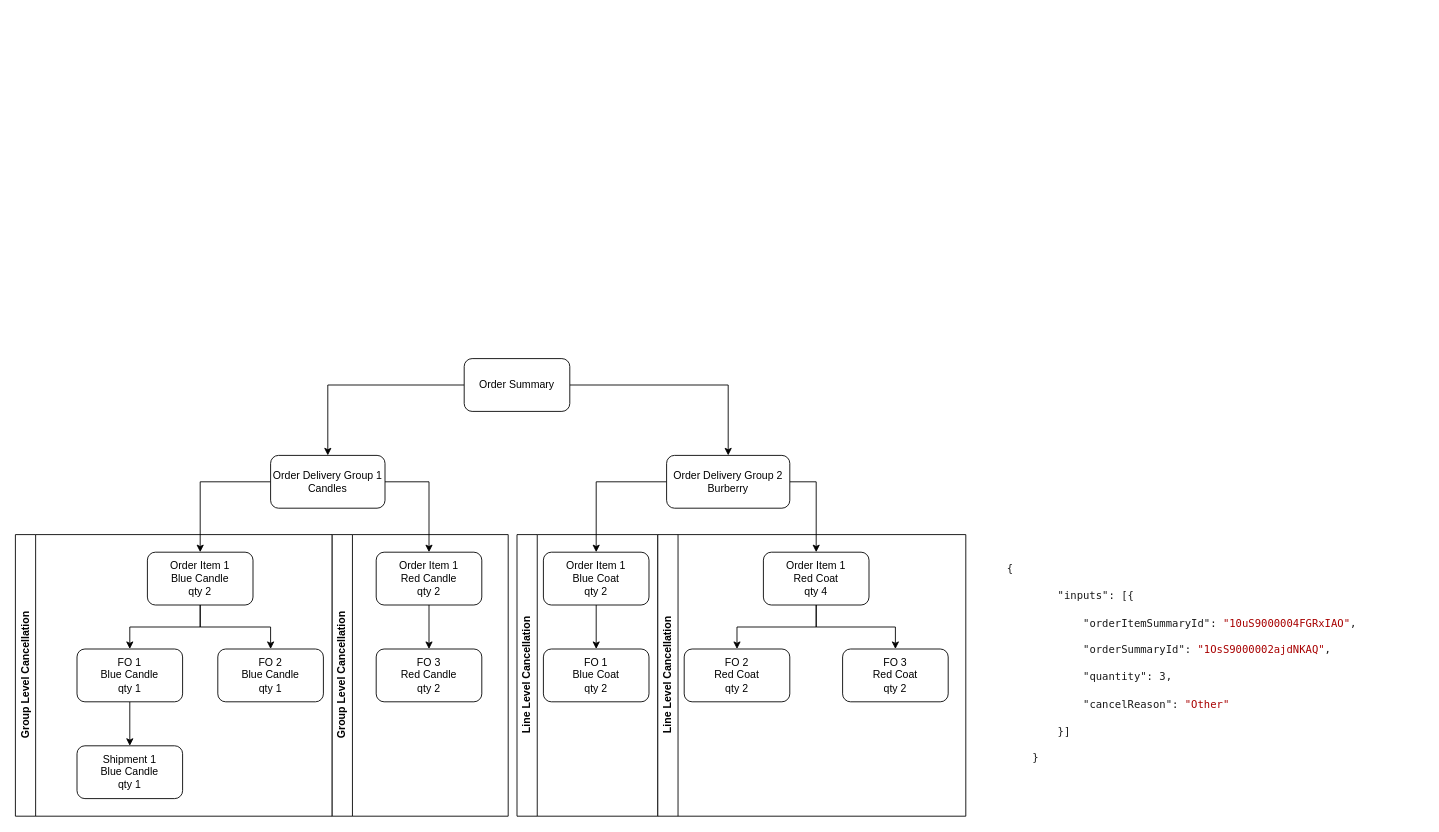
Above: split-fo.drawio in pettll/diagrams (draw.io), before the change. Source tidied: cells renumbered, new cells numbered last; positions are measured from the earlier drawing's top-left corner, leaving out a move shared by most shapes. Both pictures are drawn from the tidied source at 88%, with x=0, y=0 at pixel (15, 358).
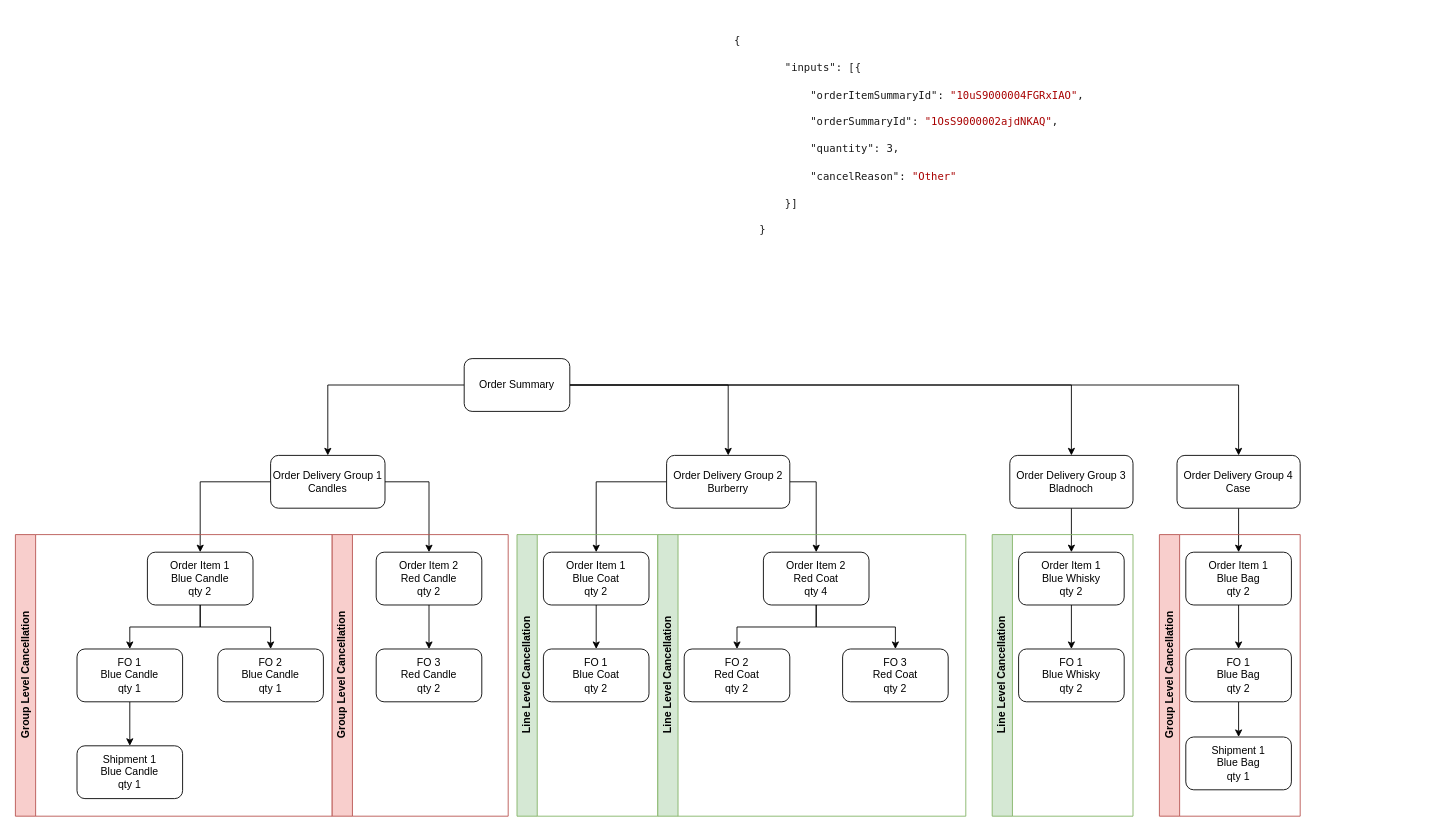
After the change.

The change refers to these unchanged cells:
```xml
<mxCell id="4" value="Order Summary" style="rounded=1;whiteSpace=wrap;html=1;" parent="1" vertex="1">
  <mxGeometry x="510" width="120" height="60" as="geometry" />
</mxCell>
```

Change to the diagram source:
```diff
@@
+    <mxCell id="34" style="edgeStyle=orthogonalEdgeStyle;rounded=0;jettySize=auto;html=1;entryX=0.5;entryY=0;entryDx=0;entryDy=0;" parent="1" edge="1" source="4" target="37">
+      <mxGeometry relative="1" as="geometry" />
+    </mxCell>
+    <mxCell id="35" style="edgeStyle=orthogonalEdgeStyle;rounded=0;jettySize=auto;html=1;entryX=0.5;entryY=0;entryDx=0;entryDy=0;" parent="1" edge="1" source="4" target="43">
+      <mxGeometry relative="1" as="geometry" />
+    </mxCell>
@@
-    <mxCell id="15" value="Order Item 1&lt;div&gt;Red Candle&lt;/div&gt;&lt;div&gt;qty 2&lt;/div&gt;" style="rounded=1;whiteSpace=wrap;html=1;" parent="1" vertex="1">
+    <mxCell id="15" value="Order Item 2&lt;div&gt;Red Candle&lt;/div&gt;&lt;div&gt;qty 2&lt;/div&gt;" style="rounded=1;whiteSpace=wrap;html=1;" parent="1" vertex="1">
       <mxGeometry x="410" y="220" width="120" height="60" as="geometry" />
     </mxCell>
@@
-    <mxCell id="20" value="Order Item 1&lt;div&gt;Red Coat&lt;/div&gt;&lt;div&gt;qty 4&lt;/div&gt;" style="rounded=1;whiteSpace=wrap;html=1;" parent="1" vertex="1">
+    <mxCell id="20" value="Order Item 2&lt;div&gt;Red Coat&lt;/div&gt;&lt;div&gt;qty 4&lt;/div&gt;" style="rounded=1;whiteSpace=wrap;html=1;" parent="1" vertex="1">
       <mxGeometry x="850" y="220" width="120" height="60" as="geometry" />
     </mxCell>
@@
-    <mxCell id="29" value="Group Level Cancellation" style="swimlane;horizontal=0;whiteSpace=wrap;html=1;" parent="1" vertex="1">
+    <mxCell id="29" value="Group Level Cancellation" style="swimlane;horizontal=0;whiteSpace=wrap;html=1;fillColor=#f8cecc;strokeColor=#b85450;" parent="1" vertex="1">
       <mxGeometry y="200" width="360" height="320" as="geometry" />
     </mxCell>
-    <mxCell id="30" value="Group Level Cancellation" style="swimlane;horizontal=0;whiteSpace=wrap;html=1;" parent="1" vertex="1">
+    <mxCell id="30" value="Group Level Cancellation" style="swimlane;horizontal=0;whiteSpace=wrap;html=1;fillColor=#f8cecc;strokeColor=#b85450;" parent="1" vertex="1">
       <mxGeometry x="360" y="200" width="200" height="320" as="geometry" />
     </mxCell>
-    <mxCell id="31" value="Line Level Cancellation" style="swimlane;horizontal=0;whiteSpace=wrap;html=1;" parent="1" vertex="1">
+    <mxCell id="31" value="Line Level Cancellation" style="swimlane;horizontal=0;whiteSpace=wrap;html=1;fillColor=#d5e8d4;strokeColor=#82b366;" parent="1" vertex="1">
       <mxGeometry x="570" y="200" width="160" height="320" as="geometry" />
     </mxCell>
-    <mxCell id="32" value="Line Level Cancellation" style="swimlane;horizontal=0;whiteSpace=wrap;html=1;" parent="1" vertex="1">
+    <mxCell id="32" value="Line Level Cancellation" style="swimlane;horizontal=0;whiteSpace=wrap;html=1;fillColor=#d5e8d4;strokeColor=#82b366;" parent="1" vertex="1">
       <mxGeometry x="730" y="200" width="350" height="320" as="geometry" />
     </mxCell>
     <mxCell id="33" value="&lt;pre class=&quot;hljs&quot; style=&quot;box-sizing: border-box; display: block; overflow-x: auto; padding: 15px; color: rgba(255, 255, 255, 0.95); text-size-adjust: none; margin: 0px 32px 16px 0px; font-size: 0.75rem; white-space: pre; overflow-wrap: normal; background-color: transparent; border-radius: 2px; font-style: normal; font-variant-ligatures: normal; font-variant-caps: normal; font-weight: 400; letter-spacing: normal; orphans: 2; text-align: start; text-indent: 0px; text-transform: none; widows: 2; word-spacing: 0px; -webkit-text-stroke-width: 0px; text-decoration-thickness: initial; text-decoration-style: initial; text-decoration-color: initial;&quot;&gt;&lt;code class=&quot;json&quot; style=&quot;box-sizing: border-box; font-family: Menlo, Consolas, &amp;quot;Courier New&amp;quot;, monospace; font-size: inherit; background-color: transparent; color: var(--text-primary-color,rgba(0, 0, 0, .9)); padding: 0px; border-radius: 2px;&quot;&gt;{&lt;br&gt;    &lt;br&gt;        &lt;span class=&quot;hljs-attr&quot; style=&quot;box-sizing: border-box;&quot;&gt;&quot;inputs&quot;&lt;/span&gt;: [{&lt;br&gt;    &lt;br&gt;            &lt;span class=&quot;hljs-attr&quot; style=&quot;box-sizing: border-box;&quot;&gt;&quot;orderItemSummaryId&quot;&lt;/span&gt;: &lt;span class=&quot;hljs-string&quot; style=&quot;box-sizing: border-box; color: rgba(var(--palette-accent1-dark,168, 0, 0),1);&quot;&gt;&quot;10uS9000004FGRxIAO&quot;&lt;/span&gt;,&lt;br&gt;    &lt;br&gt;            &lt;span class=&quot;hljs-attr&quot; style=&quot;box-sizing: border-box;&quot;&gt;&quot;orderSummaryId&quot;&lt;/span&gt;: &lt;span class=&quot;hljs-string&quot; style=&quot;box-sizing: border-box; color: rgba(var(--palette-accent1-dark,168, 0, 0),1);&quot;&gt;&quot;1OsS9000002ajdNKAQ&quot;&lt;/span&gt;,&lt;br&gt;    &lt;br&gt;            &lt;span class=&quot;hljs-attr&quot; style=&quot;box-sizing: border-box;&quot;&gt;&quot;quantity&quot;&lt;/span&gt;: 3,&lt;br&gt;    &lt;br&gt;            &lt;span class=&quot;hljs-attr&quot; style=&quot;box-sizing: border-box;&quot;&gt;&quot;cancelReason&quot;&lt;/span&gt;: &lt;span class=&quot;hljs-string&quot; style=&quot;box-sizing: border-box; color: rgba(var(--palette-accent1-dark,168, 0, 0),1);&quot;&gt;&quot;Other&quot;&lt;/span&gt;&lt;br&gt;    &lt;br&gt;        }]&lt;br&gt;    &lt;br&gt;    }&lt;/code&gt;&lt;/pre&gt;" style="text;whiteSpace=wrap;html=1;" parent="1" vertex="1">
-      <mxGeometry x="1110" y="210" width="490" height="290" as="geometry" />
+      <mxGeometry x="800" y="-390" width="490" height="290" as="geometry" />
     </mxCell>
+    <mxCell id="36" style="edgeStyle=orthogonalEdgeStyle;rounded=0;jettySize=auto;html=1;" parent="1" edge="1" source="37" target="39">
+      <mxGeometry relative="1" as="geometry">
+        <Array as="points">
+          <mxPoint x="1200" y="140" />
+        </Array>
+      </mxGeometry>
+    </mxCell>
+    <mxCell id="37" value="Order Delivery Group 3&lt;div&gt;Bladnoch&lt;/div&gt;" style="rounded=1;whiteSpace=wrap;html=1;" parent="1" vertex="1">
+      <mxGeometry x="1130" y="110" width="140" height="60" as="geometry" />
+    </mxCell>
+    <mxCell id="38" style="edgeStyle=orthogonalEdgeStyle;rounded=0;jettySize=auto;html=1;entryX=0.5;entryY=0;entryDx=0;entryDy=0;" parent="1" edge="1" source="39" target="40">
+      <mxGeometry relative="1" as="geometry" />
+    </mxCell>
+    <mxCell id="39" value="Order Item 1&lt;div&gt;Blue Whisky&lt;/div&gt;&lt;div&gt;qty 2&lt;/div&gt;" style="rounded=1;whiteSpace=wrap;html=1;" parent="1" vertex="1">
+      <mxGeometry x="1140" y="220" width="120" height="60" as="geometry" />
+    </mxCell>
+    <mxCell id="40" value="FO 1&lt;div&gt;&lt;div&gt;Blue Whisky&lt;/div&gt;&lt;div&gt;qty 2&lt;/div&gt;&lt;/div&gt;" style="rounded=1;whiteSpace=wrap;html=1;" parent="1" vertex="1">
+      <mxGeometry x="1140" y="330" width="120" height="60" as="geometry" />
+    </mxCell>
+    <mxCell id="41" value="Line Level Cancellation" style="swimlane;horizontal=0;whiteSpace=wrap;html=1;fillColor=#d5e8d4;strokeColor=#82b366;" parent="1" vertex="1">
+      <mxGeometry x="1110" y="200" width="160" height="320" as="geometry" />
+    </mxCell>
+    <mxCell id="42" style="edgeStyle=orthogonalEdgeStyle;rounded=0;jettySize=auto;html=1;" parent="1" edge="1" source="43" target="45">
+      <mxGeometry relative="1" as="geometry">
+        <Array as="points">
+          <mxPoint x="1390" y="140" />
+        </Array>
+      </mxGeometry>
+    </mxCell>
+    <mxCell id="43" value="Order Delivery Group 4&lt;div&gt;Case&lt;/div&gt;" style="rounded=1;whiteSpace=wrap;html=1;" parent="1" vertex="1">
+      <mxGeometry x="1320" y="110" width="140" height="60" as="geometry" />
+    </mxCell>
+    <mxCell id="44" style="edgeStyle=orthogonalEdgeStyle;rounded=0;jettySize=auto;html=1;entryX=0.5;entryY=0;entryDx=0;entryDy=0;" parent="1" edge="1" source="45" target="47">
+      <mxGeometry relative="1" as="geometry" />
+    </mxCell>
+    <mxCell id="45" value="Order Item 1&lt;div&gt;Blue Bag&lt;/div&gt;&lt;div&gt;qty 2&lt;/div&gt;" style="rounded=1;whiteSpace=wrap;html=1;" parent="1" vertex="1">
+      <mxGeometry x="1330" y="220" width="120" height="60" as="geometry" />
+    </mxCell>
+    <mxCell id="46" style="edgeStyle=orthogonalEdgeStyle;rounded=0;jettySize=auto;html=1;entryX=0.5;entryY=0;entryDx=0;entryDy=0;" parent="1" edge="1" source="47" target="49">
+      <mxGeometry relative="1" as="geometry" />
+    </mxCell>
+    <mxCell id="47" value="FO 1&lt;div&gt;&lt;div&gt;Blue Bag&lt;/div&gt;&lt;div&gt;qty 2&lt;/div&gt;&lt;/div&gt;" style="rounded=1;whiteSpace=wrap;html=1;" parent="1" vertex="1">
+      <mxGeometry x="1330" y="330" width="120" height="60" as="geometry" />
+    </mxCell>
+    <mxCell id="48" value="Group Level Cancellation" style="swimlane;horizontal=0;whiteSpace=wrap;html=1;fillColor=#f8cecc;strokeColor=#b85450;" parent="1" vertex="1">
+      <mxGeometry x="1300" y="200" width="160" height="320" as="geometry" />
+    </mxCell>
+    <mxCell id="49" value="Shipment 1&lt;div&gt;Blue Bag&lt;/div&gt;&lt;div&gt;qty 1&lt;/div&gt;" style="rounded=1;whiteSpace=wrap;html=1;" parent="48" vertex="1">
+      <mxGeometry x="30" y="230" width="120" height="60" as="geometry" />
+    </mxCell>
```
